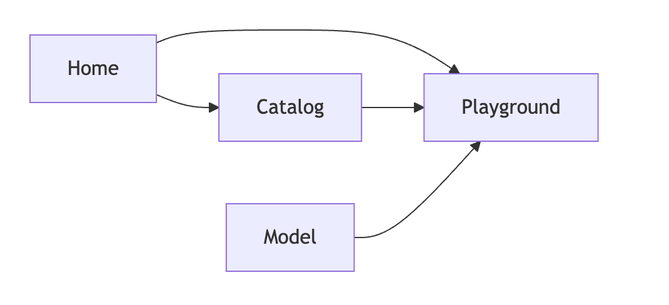
Before: articles/foundry/concepts/media/instant-models/playground-navigation-paths-flowchart.png, a diagram exported from Mermaid (MicrosoftDocs/azure-ai-docs). Its source is kept beside it as articles/foundry/concepts/media/instant-models/playground-navigation-paths-flowchart.mmd.
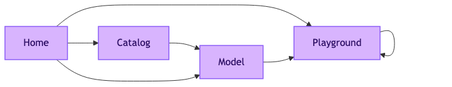
After the change.

The edit, as a diff of the source:
```diff
@@ -1,5 +1,11 @@
 flowchart LR
     A[Home] --> B[Playground]
+    B --> B
     A --> C[Catalog]
-    C --> B
+
     D[Model] --> B
+    C --> D
+    A --> D
+
+    classDef purple fill:#d8b4fe,stroke:#8b5cf6,stroke-width:1.5px,color:#2e1065;
+    class A,B,C,D purple;
```
